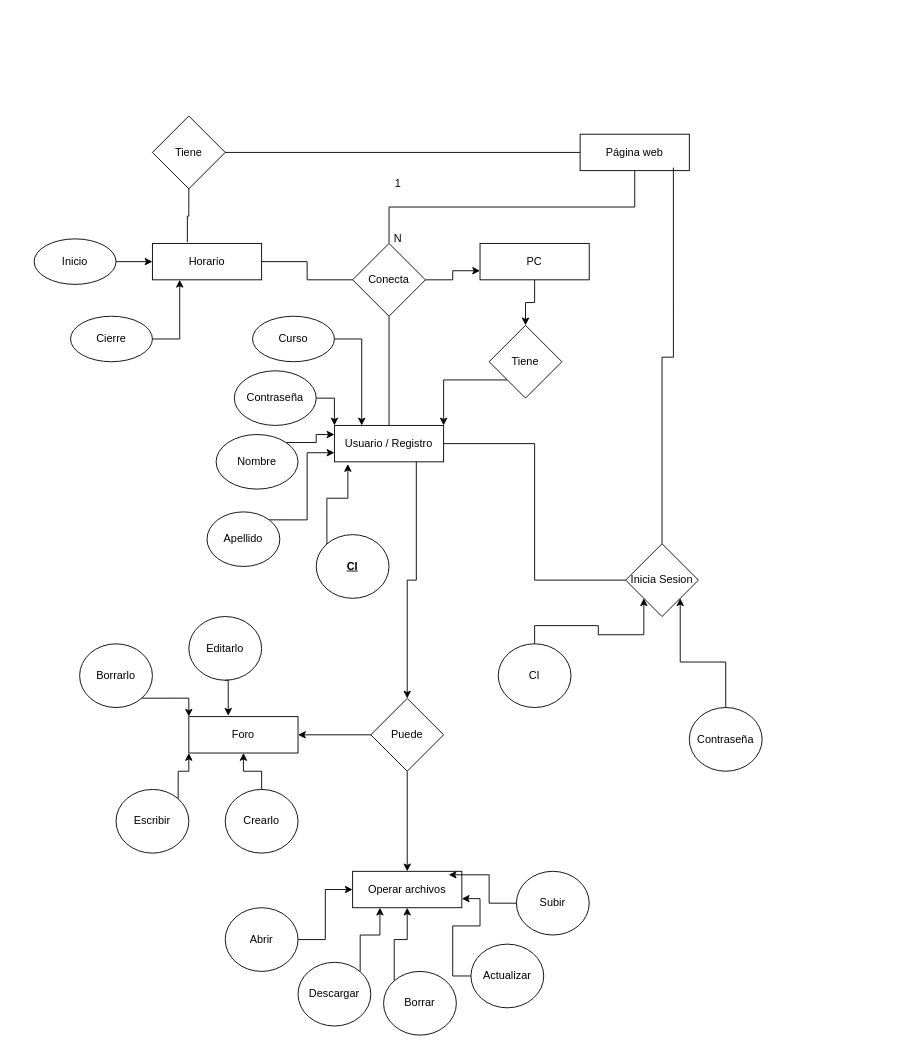
The draw.io diagram EDUCONNECTMR.drawio in Arcxcad/3ro-bt-informatica, before the edit. Source tidied: cells renumbered, new cells numbered last; positions are measured from the earlier drawing's top-left corner, leaving out a move shared by most shapes. Both pictures are drawn from the tidied source at 91%, with x=0, y=0 at pixel (34, 116).
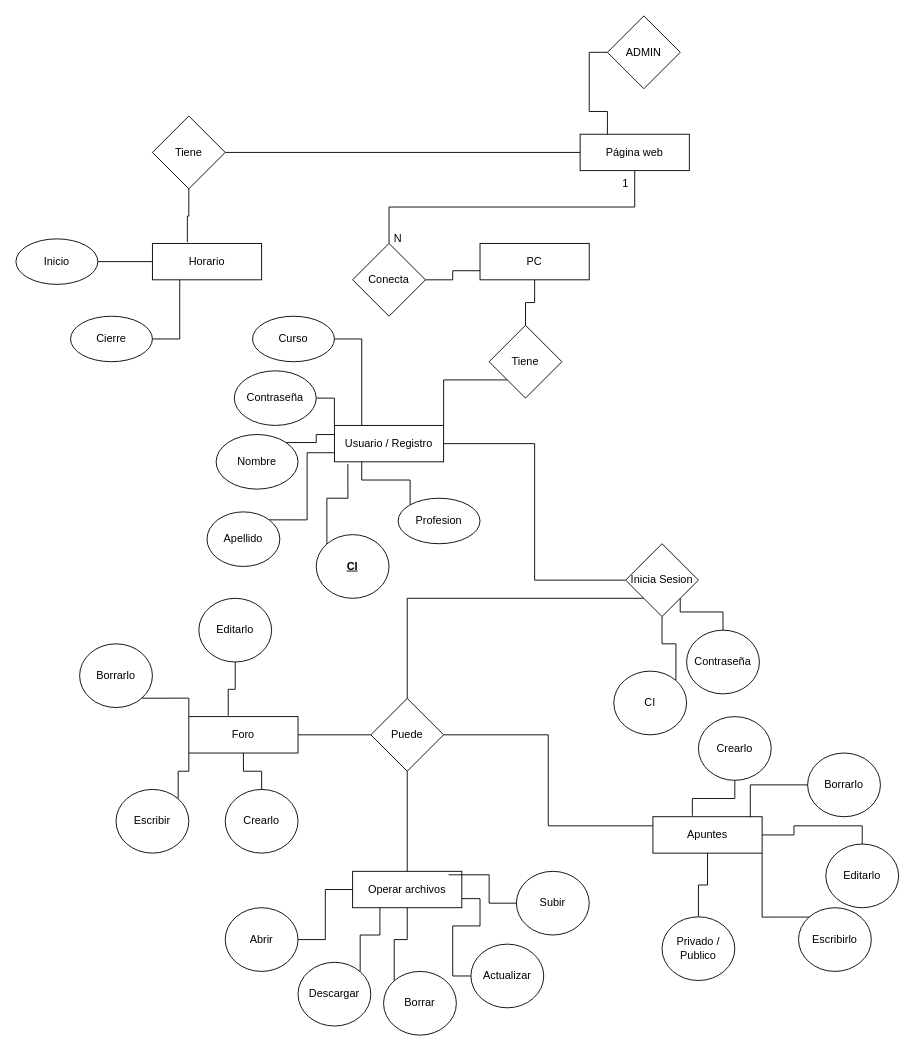
The same diagram, later.

The change refers to these unchanged cells:
```xml
<mxCell id="4" value="Página web" style="rounded=0;whiteSpace=wrap;html=1;" parent="1" vertex="1">
  <mxGeometry x="600" y="20" width="120" height="40" as="geometry" />
</mxCell>
<mxCell id="7" value="Conecta" style="rhombus;whiteSpace=wrap;html=1;shapeInside=1;" parent="1" vertex="1">
  <mxGeometry x="350" y="140" width="80" height="80" as="geometry" />
</mxCell>
<mxCell id="11" value="Usuario / Registro" style="rounded=0;whiteSpace=wrap;html=1;" parent="1" vertex="1">
  <mxGeometry x="330" y="340" width="120" height="40" as="geometry" />
</mxCell>
<mxCell id="13" value="Nombre" style="ellipse;whiteSpace=wrap;html=1;shapeInside=1;" parent="1" vertex="1">
  <mxGeometry x="200" y="350" width="90" height="60" as="geometry" />
</mxCell>
<mxCell id="15" value="Apellido" style="ellipse;whiteSpace=wrap;html=1;shapeInside=1;" parent="1" vertex="1">
  <mxGeometry x="190" y="435" width="80" height="60" as="geometry" />
</mxCell>
<mxCell id="16" value="&lt;u&gt;&lt;b&gt;CI&lt;/b&gt;&lt;/u&gt;" style="ellipse;whiteSpace=wrap;html=1;shapeInside=1;direction=south;" parent="1" vertex="1">
  <mxGeometry x="310" y="460" width="80" height="70" as="geometry" />
</mxCell>
<mxCell id="18" value="Curso" style="ellipse;whiteSpace=wrap;html=1;shapeInside=1;" parent="1" vertex="1">
  <mxGeometry x="240" y="220" width="90" height="50" as="geometry" />
</mxCell>
<mxCell id="20" value="Contraseña" style="ellipse;whiteSpace=wrap;html=1;shapeInside=1;" parent="1" vertex="1">
  <mxGeometry x="220" y="280" width="90" height="60" as="geometry" />
</mxCell>
<mxCell id="22" value="Horario" style="rounded=0;whiteSpace=wrap;html=1;" parent="1" vertex="1">
  <mxGeometry x="130" y="140" width="120" height="40" as="geometry" />
</mxCell>
<mxCell id="26" value="Inicia Sesion" style="rhombus;whiteSpace=wrap;html=1;shapeInside=1;" parent="1" vertex="1">
  <mxGeometry x="650" y="470" width="80" height="80" as="geometry" />
</mxCell>
<mxCell id="36" value="Cierre" style="ellipse;whiteSpace=wrap;html=1;shapeInside=1;" parent="1" vertex="1">
  <mxGeometry x="40" y="220" width="90" height="50" as="geometry" />
</mxCell>
<mxCell id="38" value="PC" style="rounded=0;whiteSpace=wrap;html=1;" parent="1" vertex="1">
  <mxGeometry x="490" y="140" width="120" height="40" as="geometry" />
</mxCell>
<mxCell id="40" value="Tiene" style="rhombus;whiteSpace=wrap;html=1;shapeInside=1;" parent="1" vertex="1">
  <mxGeometry x="500" y="230" width="80" height="80" as="geometry" />
</mxCell>
<mxCell id="43" value="Puede" style="rhombus;whiteSpace=wrap;html=1;shapeInside=1;" parent="1" vertex="1">
  <mxGeometry x="370" y="640" width="80" height="80" as="geometry" />
</mxCell>
<mxCell id="44" value="Operar archivos" style="rounded=0;whiteSpace=wrap;html=1;" parent="1" vertex="1">
  <mxGeometry x="350" y="830" width="120" height="40" as="geometry" />
</mxCell>
<mxCell id="45" value="Subir" style="ellipse;whiteSpace=wrap;html=1;shapeInside=1;direction=south;" parent="1" vertex="1">
  <mxGeometry x="530" y="830" width="80" height="70" as="geometry" />
</mxCell>
<mxCell id="47" value="Actualizar" style="ellipse;whiteSpace=wrap;html=1;shapeInside=1;direction=south;" parent="1" vertex="1">
  <mxGeometry x="480" y="910" width="80" height="70" as="geometry" />
</mxCell>
<mxCell id="49" value="Borrar" style="ellipse;whiteSpace=wrap;html=1;shapeInside=1;direction=south;" parent="1" vertex="1">
  <mxGeometry x="384" y="940" width="80" height="70" as="geometry" />
</mxCell>
<mxCell id="51" value="Descargar" style="ellipse;whiteSpace=wrap;html=1;shapeInside=1;direction=south;" parent="1" vertex="1">
  <mxGeometry x="290" y="930" width="80" height="70" as="geometry" />
</mxCell>
<mxCell id="54" value="Abrir" style="ellipse;whiteSpace=wrap;html=1;shapeInside=1;direction=south;" parent="1" vertex="1">
  <mxGeometry x="210" y="870" width="80" height="70" as="geometry" />
</mxCell>
<mxCell id="55" value="Foro" style="rounded=0;whiteSpace=wrap;html=1;" parent="1" vertex="1">
  <mxGeometry x="170" y="660" width="120" height="40" as="geometry" />
</mxCell>
<mxCell id="57" value="Crearlo" style="ellipse;whiteSpace=wrap;html=1;shapeInside=1;direction=south;" parent="1" vertex="1">
  <mxGeometry x="210" y="740" width="80" height="70" as="geometry" />
</mxCell>
<mxCell id="59" value="Escribir" style="ellipse;whiteSpace=wrap;html=1;shapeInside=1;direction=south;" parent="1" vertex="1">
  <mxGeometry x="90" y="740" width="80" height="70" as="geometry" />
</mxCell>
<mxCell id="61" value="Borrarlo" style="ellipse;whiteSpace=wrap;html=1;shapeInside=1;direction=south;" parent="1" vertex="1">
  <mxGeometry x="50" y="580" width="80" height="70" as="geometry" />
</mxCell>
```

The edit, as a diff of the source:
```diff
@@
-    <mxCell id="5" style="edgeStyle=orthogonalEdgeStyle;rounded=0;jettySize=auto;html=1;exitX=0.5;exitY=1;exitDx=0;exitDy=0;entryX=0.5;entryY=0;entryDx=0;entryDy=0;endArrow=none;endFill=0;" parent="1" edge="1" source="7" target="11">
-      <mxGeometry relative="1" as="geometry" />
-    </mxCell>
-    <mxCell id="6" style="edgeStyle=orthogonalEdgeStyle;rounded=0;jettySize=auto;html=1;exitX=1;exitY=0.5;exitDx=0;exitDy=0;entryX=0;entryY=0.75;entryDx=0;entryDy=0;" parent="1" edge="1" source="7" target="38">
+    <mxCell id="6" style="edgeStyle=orthogonalEdgeStyle;rounded=0;jettySize=auto;html=1;exitX=1;exitY=0.5;exitDx=0;exitDy=0;entryX=0;entryY=0.75;entryDx=0;entryDy=0;endArrow=none;endFill=0;" parent="1" edge="1" source="7" target="38">
       <mxGeometry relative="1" as="geometry" />
     </mxCell>
@@
     <mxCell id="8" value="1" style="text;html=1;whiteSpace=wrap;strokeColor=none;fillColor=none;align=center;verticalAlign=middle;rounded=0;" parent="1" vertex="1">
-      <mxGeometry x="370" y="60" width="60" height="30" as="geometry" />
+      <mxGeometry x="620" y="60" width="60" height="30" as="geometry" />
     </mxCell>
@@
-    <mxCell id="10" style="edgeStyle=orthogonalEdgeStyle;rounded=0;jettySize=auto;html=1;exitX=0.75;exitY=1;exitDx=0;exitDy=0;entryX=0.5;entryY=0;entryDx=0;entryDy=0;" parent="1" edge="1" source="11" target="43">
-      <mxGeometry relative="1" as="geometry" />
-    </mxCell>
@@
-    <mxCell id="12" style="edgeStyle=orthogonalEdgeStyle;rounded=0;jettySize=auto;html=1;exitX=1;exitY=0;exitDx=0;exitDy=0;entryX=0;entryY=0.25;entryDx=0;entryDy=0;" parent="1" edge="1" source="13" target="11">
+    <mxCell id="12" style="edgeStyle=orthogonalEdgeStyle;rounded=0;jettySize=auto;html=1;exitX=1;exitY=0;exitDx=0;exitDy=0;entryX=0;entryY=0.25;entryDx=0;entryDy=0;endArrow=none;endFill=0;" parent="1" edge="1" source="13" target="11">
       <mxGeometry relative="1" as="geometry" />
     </mxCell>
@@
-    <mxCell id="14" style="edgeStyle=orthogonalEdgeStyle;rounded=0;jettySize=auto;html=1;exitX=1;exitY=0;exitDx=0;exitDy=0;entryX=0;entryY=0.75;entryDx=0;entryDy=0;" parent="1" edge="1" source="15" target="11">
+    <mxCell id="14" style="edgeStyle=orthogonalEdgeStyle;rounded=0;jettySize=auto;html=1;exitX=1;exitY=0;exitDx=0;exitDy=0;entryX=0;entryY=0.75;entryDx=0;entryDy=0;endArrow=none;endFill=0;" parent="1" edge="1" source="15" target="11">
       <mxGeometry relative="1" as="geometry" />
     </mxCell>
@@
-    <mxCell id="17" style="edgeStyle=orthogonalEdgeStyle;rounded=0;jettySize=auto;html=1;exitX=1;exitY=0.5;exitDx=0;exitDy=0;entryX=0.25;entryY=0;entryDx=0;entryDy=0;" parent="1" edge="1" source="18" target="11">
+    <mxCell id="17" style="edgeStyle=orthogonalEdgeStyle;rounded=0;jettySize=auto;html=1;exitX=1;exitY=0.5;exitDx=0;exitDy=0;entryX=0.25;entryY=0;entryDx=0;entryDy=0;endArrow=none;endFill=0;" parent="1" edge="1" source="18" target="11">
       <mxGeometry relative="1" as="geometry" />
     </mxCell>
@@
-    <mxCell id="19" style="edgeStyle=orthogonalEdgeStyle;rounded=0;jettySize=auto;html=1;exitX=1;exitY=0.5;exitDx=0;exitDy=0;entryX=0;entryY=0;entryDx=0;entryDy=0;" parent="1" edge="1" source="20" target="11">
+    <mxCell id="19" style="edgeStyle=orthogonalEdgeStyle;rounded=0;jettySize=auto;html=1;exitX=1;exitY=0.5;exitDx=0;exitDy=0;entryX=0;entryY=0;entryDx=0;entryDy=0;endArrow=none;endFill=0;" parent="1" edge="1" source="20" target="11">
       <mxGeometry relative="1" as="geometry" />
     </mxCell>
@@
-    <mxCell id="21" style="edgeStyle=orthogonalEdgeStyle;rounded=0;jettySize=auto;html=1;exitX=1;exitY=0.5;exitDx=0;exitDy=0;entryX=0;entryY=0.5;entryDx=0;entryDy=0;endArrow=none;endFill=0;" parent="1" edge="1" source="22" target="7">
-      <mxGeometry relative="1" as="geometry" />
-    </mxCell>
@@
+    <mxCell id="64" style="edgeStyle=orthogonalEdgeStyle;rounded=0;jettySize=auto;html=1;exitX=0;exitY=1;exitDx=0;exitDy=0;endArrow=none;endFill=0;" parent="1" edge="1" source="26" target="43">
+      <mxGeometry relative="1" as="geometry" />
+    </mxCell>
@@
-    <mxCell id="27" style="edgeStyle=orthogonalEdgeStyle;rounded=0;jettySize=auto;html=1;exitX=0;exitY=1;exitDx=0;exitDy=0;entryX=0.123;entryY=1.061;entryDx=0;entryDy=0;entryPerimeter=0;" parent="1" edge="1" source="16" target="11">
+    <mxCell id="27" style="edgeStyle=orthogonalEdgeStyle;rounded=0;jettySize=auto;html=1;exitX=0;exitY=1;exitDx=0;exitDy=0;entryX=0.123;entryY=1.061;entryDx=0;entryDy=0;entryPerimeter=0;endArrow=none;endFill=0;" parent="1" edge="1" source="16" target="11">
       <mxGeometry relative="1" as="geometry" />
     </mxCell>
-    <mxCell id="28" style="edgeStyle=orthogonalEdgeStyle;rounded=0;jettySize=auto;html=1;exitX=0.5;exitY=0;exitDx=0;exitDy=0;entryX=0.854;entryY=0.918;entryDx=0;entryDy=0;entryPerimeter=0;endArrow=none;endFill=0;" parent="1" edge="1" source="26" target="4">
-      <mxGeometry relative="1" as="geometry" />
-    </mxCell>
-    <mxCell id="29" style="edgeStyle=orthogonalEdgeStyle;rounded=0;jettySize=auto;html=1;exitX=0;exitY=0.5;exitDx=0;exitDy=0;entryX=0;entryY=1;entryDx=0;entryDy=0;" parent="1" edge="1" source="30" target="26">
+    <mxCell id="29" style="edgeStyle=orthogonalEdgeStyle;rounded=0;jettySize=auto;html=1;exitX=0;exitY=0;exitDx=0;exitDy=0;entryX=0.5;entryY=1;entryDx=0;entryDy=0;endArrow=none;endFill=0;" parent="1" edge="1" source="30" target="26">
       <mxGeometry relative="1" as="geometry" />
     </mxCell>
     <mxCell id="30" value="CI" style="ellipse;whiteSpace=wrap;html=1;shapeInside=1;direction=south;" parent="1" vertex="1">
-      <mxGeometry x="510" y="580" width="80" height="70" as="geometry" />
+      <mxGeometry x="637" y="610" width="80" height="70" as="geometry" />
     </mxCell>
-    <mxCell id="31" style="edgeStyle=orthogonalEdgeStyle;rounded=0;jettySize=auto;html=1;exitX=0;exitY=0.5;exitDx=0;exitDy=0;entryX=1;entryY=1;entryDx=0;entryDy=0;" parent="1" edge="1" source="32" target="26">
+    <mxCell id="31" style="edgeStyle=orthogonalEdgeStyle;rounded=0;jettySize=auto;html=1;exitX=0;exitY=0.5;exitDx=0;exitDy=0;entryX=1;entryY=1;entryDx=0;entryDy=0;endArrow=none;endFill=0;" parent="1" edge="1" source="32" target="26">
       <mxGeometry relative="1" as="geometry" />
     </mxCell>
     <mxCell id="32" value="Contraseña" style="ellipse;whiteSpace=wrap;html=1;shapeInside=1;direction=south;" parent="1" vertex="1">
-      <mxGeometry x="720" y="650" width="80" height="70" as="geometry" />
+      <mxGeometry x="717" y="565" width="80" height="70" as="geometry" />
     </mxCell>
-    <mxCell id="33" style="edgeStyle=orthogonalEdgeStyle;rounded=0;jettySize=auto;html=1;exitX=1;exitY=0.5;exitDx=0;exitDy=0;entryX=0;entryY=0.5;entryDx=0;entryDy=0;" parent="1" edge="1" source="34" target="22">
+    <mxCell id="33" style="edgeStyle=orthogonalEdgeStyle;rounded=0;jettySize=auto;html=1;exitX=1;exitY=0.5;exitDx=0;exitDy=0;entryX=0;entryY=0.5;entryDx=0;entryDy=0;endArrow=none;endFill=0;" parent="1" edge="1" source="34" target="22">
       <mxGeometry relative="1" as="geometry" />
     </mxCell>
     <mxCell id="34" value="Inicio" style="ellipse;whiteSpace=wrap;html=1;shapeInside=1;" parent="1" vertex="1">
-      <mxGeometry y="135" width="90" height="50" as="geometry" />
+      <mxGeometry x="-20" y="135" width="90" height="50" as="geometry" />
     </mxCell>
-    <mxCell id="35" style="edgeStyle=orthogonalEdgeStyle;rounded=0;jettySize=auto;html=1;exitX=1;exitY=0.5;exitDx=0;exitDy=0;entryX=0.25;entryY=1;entryDx=0;entryDy=0;" parent="1" edge="1" source="36" target="22">
+    <mxCell id="35" style="edgeStyle=orthogonalEdgeStyle;rounded=0;jettySize=auto;html=1;exitX=1;exitY=0.5;exitDx=0;exitDy=0;entryX=0.25;entryY=1;entryDx=0;entryDy=0;endArrow=none;endFill=0;" parent="1" edge="1" source="36" target="22">
       <mxGeometry relative="1" as="geometry" />
     </mxCell>
@@
-    <mxCell id="37" style="edgeStyle=orthogonalEdgeStyle;rounded=0;jettySize=auto;html=1;exitX=0.5;exitY=1;exitDx=0;exitDy=0;entryX=0.5;entryY=0;entryDx=0;entryDy=0;" parent="1" edge="1" source="38" target="40">
+    <mxCell id="37" style="edgeStyle=orthogonalEdgeStyle;rounded=0;jettySize=auto;html=1;exitX=0.5;exitY=1;exitDx=0;exitDy=0;entryX=0.5;entryY=0;entryDx=0;entryDy=0;endArrow=none;endFill=0;" parent="1" edge="1" source="38" target="40">
       <mxGeometry relative="1" as="geometry" />
     </mxCell>
@@
-    <mxCell id="39" style="edgeStyle=orthogonalEdgeStyle;rounded=0;jettySize=auto;html=1;exitX=0;exitY=1;exitDx=0;exitDy=0;entryX=1;entryY=0;entryDx=0;entryDy=0;" parent="1" edge="1" source="40" target="11">
+    <mxCell id="39" style="edgeStyle=orthogonalEdgeStyle;rounded=0;jettySize=auto;html=1;exitX=0;exitY=1;exitDx=0;exitDy=0;entryX=1;entryY=0;entryDx=0;entryDy=0;endArrow=none;endFill=0;" parent="1" edge="1" source="40" target="11">
       <mxGeometry relative="1" as="geometry" />
     </mxCell>
@@
-    <mxCell id="41" style="edgeStyle=orthogonalEdgeStyle;rounded=0;jettySize=auto;html=1;exitX=0.5;exitY=1;exitDx=0;exitDy=0;entryX=0.5;entryY=0;entryDx=0;entryDy=0;" parent="1" edge="1" source="43" target="44">
+    <mxCell id="41" style="edgeStyle=orthogonalEdgeStyle;rounded=0;jettySize=auto;html=1;exitX=0.5;exitY=1;exitDx=0;exitDy=0;entryX=0.5;entryY=0;entryDx=0;entryDy=0;endArrow=none;endFill=0;" parent="1" edge="1" source="43" target="44">
       <mxGeometry relative="1" as="geometry" />
     </mxCell>
-    <mxCell id="42" style="edgeStyle=orthogonalEdgeStyle;rounded=0;jettySize=auto;html=1;exitX=0;exitY=0.5;exitDx=0;exitDy=0;entryX=1;entryY=0.5;entryDx=0;entryDy=0;" parent="1" edge="1" source="43" target="55">
+    <mxCell id="42" style="edgeStyle=orthogonalEdgeStyle;rounded=0;jettySize=auto;html=1;exitX=0;exitY=0.5;exitDx=0;exitDy=0;entryX=1;entryY=0.5;entryDx=0;entryDy=0;endArrow=none;endFill=0;" parent="1" edge="1" source="43" target="55">
       <mxGeometry relative="1" as="geometry" />
     </mxCell>
+    <mxCell id="65" style="edgeStyle=orthogonalEdgeStyle;rounded=0;jettySize=auto;html=1;exitX=1;exitY=0.5;exitDx=0;exitDy=0;entryX=0;entryY=0.25;entryDx=0;entryDy=0;endArrow=none;endFill=0;" parent="1" edge="1" source="43" target="66">
+      <mxGeometry relative="1" as="geometry" />
+    </mxCell>
@@
-    <mxCell id="46" style="edgeStyle=orthogonalEdgeStyle;rounded=0;jettySize=auto;html=1;exitX=0.5;exitY=1;exitDx=0;exitDy=0;entryX=1;entryY=0.75;entryDx=0;entryDy=0;" parent="1" edge="1" source="47" target="44">
+    <mxCell id="46" style="edgeStyle=orthogonalEdgeStyle;rounded=0;jettySize=auto;html=1;exitX=0.5;exitY=1;exitDx=0;exitDy=0;entryX=1;entryY=0.75;entryDx=0;entryDy=0;endArrow=none;endFill=0;" parent="1" edge="1" source="47" target="44">
       <mxGeometry relative="1" as="geometry" />
     </mxCell>
@@
-    <mxCell id="48" style="edgeStyle=orthogonalEdgeStyle;rounded=0;jettySize=auto;html=1;exitX=0;exitY=1;exitDx=0;exitDy=0;entryX=0.5;entryY=1;entryDx=0;entryDy=0;" parent="1" edge="1" source="49" target="44">
+    <mxCell id="48" style="edgeStyle=orthogonalEdgeStyle;rounded=0;jettySize=auto;html=1;exitX=0;exitY=1;exitDx=0;exitDy=0;entryX=0.5;entryY=1;entryDx=0;entryDy=0;endArrow=none;endFill=0;" parent="1" edge="1" source="49" target="44">
       <mxGeometry relative="1" as="geometry" />
     </mxCell>
@@
-    <mxCell id="50" style="edgeStyle=orthogonalEdgeStyle;rounded=0;jettySize=auto;html=1;exitX=0;exitY=0;exitDx=0;exitDy=0;entryX=0.25;entryY=1;entryDx=0;entryDy=0;" parent="1" edge="1" source="51" target="44">
+    <mxCell id="50" style="edgeStyle=orthogonalEdgeStyle;rounded=0;jettySize=auto;html=1;exitX=0;exitY=0;exitDx=0;exitDy=0;entryX=0.25;entryY=1;entryDx=0;entryDy=0;endArrow=none;endFill=0;" parent="1" edge="1" source="51" target="44">
       <mxGeometry relative="1" as="geometry" />
     </mxCell>
@@
-    <mxCell id="52" style="edgeStyle=orthogonalEdgeStyle;rounded=0;jettySize=auto;html=1;exitX=0.5;exitY=1;exitDx=0;exitDy=0;entryX=0.88;entryY=0.096;entryDx=0;entryDy=0;entryPerimeter=0;" parent="1" edge="1" source="45" target="44">
+    <mxCell id="52" style="edgeStyle=orthogonalEdgeStyle;rounded=0;jettySize=auto;html=1;exitX=0.5;exitY=1;exitDx=0;exitDy=0;entryX=0.88;entryY=0.096;entryDx=0;entryDy=0;entryPerimeter=0;endArrow=none;endFill=0;" parent="1" edge="1" source="45" target="44">
       <mxGeometry relative="1" as="geometry" />
     </mxCell>
-    <mxCell id="53" style="edgeStyle=orthogonalEdgeStyle;rounded=0;jettySize=auto;html=1;exitX=0.5;exitY=0;exitDx=0;exitDy=0;entryX=0;entryY=0.5;entryDx=0;entryDy=0;" parent="1" edge="1" source="54" target="44">
+    <mxCell id="53" style="edgeStyle=orthogonalEdgeStyle;rounded=0;jettySize=auto;html=1;exitX=0.5;exitY=0;exitDx=0;exitDy=0;entryX=0;entryY=0.5;entryDx=0;entryDy=0;endArrow=none;endFill=0;" parent="1" edge="1" source="54" target="44">
       <mxGeometry relative="1" as="geometry" />
     </mxCell>
@@
-    <mxCell id="56" style="edgeStyle=orthogonalEdgeStyle;rounded=0;jettySize=auto;html=1;exitX=0;exitY=0.5;exitDx=0;exitDy=0;" parent="1" edge="1" source="57" target="55">
+    <mxCell id="56" style="edgeStyle=orthogonalEdgeStyle;rounded=0;jettySize=auto;html=1;exitX=0;exitY=0.5;exitDx=0;exitDy=0;endArrow=none;endFill=0;" parent="1" edge="1" source="57" target="55">
       <mxGeometry relative="1" as="geometry" />
     </mxCell>
@@
-    <mxCell id="58" style="edgeStyle=orthogonalEdgeStyle;rounded=0;jettySize=auto;html=1;exitX=0;exitY=0;exitDx=0;exitDy=0;entryX=0;entryY=1;entryDx=0;entryDy=0;" parent="1" edge="1" source="59" target="55">
+    <mxCell id="58" style="edgeStyle=orthogonalEdgeStyle;rounded=0;jettySize=auto;html=1;exitX=0;exitY=0;exitDx=0;exitDy=0;entryX=0;entryY=1;entryDx=0;entryDy=0;endArrow=none;endFill=0;" parent="1" edge="1" source="59" target="55">
       <mxGeometry relative="1" as="geometry" />
     </mxCell>
@@
-    <mxCell id="60" style="edgeStyle=orthogonalEdgeStyle;rounded=0;jettySize=auto;html=1;exitX=1;exitY=0;exitDx=0;exitDy=0;entryX=0;entryY=0;entryDx=0;entryDy=0;" parent="1" edge="1" source="61" target="55">
+    <mxCell id="60" style="edgeStyle=orthogonalEdgeStyle;rounded=0;jettySize=auto;html=1;exitX=1;exitY=0;exitDx=0;exitDy=0;entryX=0;entryY=0;entryDx=0;entryDy=0;endArrow=none;endFill=0;" parent="1" edge="1" source="61" target="55">
       <mxGeometry relative="1" as="geometry" />
     </mxCell>
@@
     <mxCell id="62" value="Editarlo" style="ellipse;whiteSpace=wrap;html=1;shapeInside=1;direction=south;" parent="1" vertex="1">
-      <mxGeometry x="170" y="550" width="80" height="70" as="geometry" />
+      <mxGeometry x="181" y="530" width="80" height="70" as="geometry" />
     </mxCell>
-    <mxCell id="63" style="edgeStyle=orthogonalEdgeStyle;rounded=0;jettySize=auto;html=1;exitX=1;exitY=0.5;exitDx=0;exitDy=0;entryX=0.361;entryY=-0.025;entryDx=0;entryDy=0;entryPerimeter=0;" parent="1" edge="1" source="62" target="55">
+    <mxCell id="63" style="edgeStyle=orthogonalEdgeStyle;rounded=0;jettySize=auto;html=1;exitX=1;exitY=0.5;exitDx=0;exitDy=0;entryX=0.361;entryY=-0.025;entryDx=0;entryDy=0;entryPerimeter=0;endArrow=none;endFill=0;" parent="1" edge="1" source="62" target="55">
       <mxGeometry relative="1" as="geometry" />
     </mxCell>
+    <mxCell id="66" value="Apuntes" style="rounded=0;whiteSpace=wrap;html=1;" parent="1" vertex="1">
+      <mxGeometry x="680" y="770" width="120" height="40" as="geometry" />
+    </mxCell>
+    <mxCell id="67" style="edgeStyle=orthogonalEdgeStyle;rounded=0;jettySize=auto;html=1;exitX=0;exitY=0.5;exitDx=0;exitDy=0;endArrow=none;endFill=0;" parent="1" edge="1" source="68" target="66">
+      <mxGeometry relative="1" as="geometry" />
+    </mxCell>
+    <mxCell id="68" value="Editarlo" style="ellipse;whiteSpace=wrap;html=1;shapeInside=1;direction=south;" parent="1" vertex="1">
+      <mxGeometry x="870" y="800" width="80" height="70" as="geometry" />
+    </mxCell>
+    <mxCell id="69" style="edgeStyle=orthogonalEdgeStyle;rounded=0;jettySize=auto;html=1;exitX=0;exitY=0;exitDx=0;exitDy=0;entryX=1;entryY=1;entryDx=0;entryDy=0;endArrow=none;endFill=0;" parent="1" edge="1" source="70" target="66">
+      <mxGeometry relative="1" as="geometry" />
+    </mxCell>
+    <mxCell id="70" value="Escribirlo" style="ellipse;whiteSpace=wrap;html=1;shapeInside=1;direction=south;" parent="1" vertex="1">
+      <mxGeometry x="840" y="870" width="80" height="70" as="geometry" />
+    </mxCell>
+    <mxCell id="71" value="Borrarlo" style="ellipse;whiteSpace=wrap;html=1;shapeInside=1;direction=south;" parent="1" vertex="1">
+      <mxGeometry x="850" y="700" width="80" height="70" as="geometry" />
+    </mxCell>
+    <mxCell id="72" value="Crearlo" style="ellipse;whiteSpace=wrap;html=1;shapeInside=1;direction=south;" parent="1" vertex="1">
+      <mxGeometry x="730" y="660" width="80" height="70" as="geometry" />
+    </mxCell>
+    <mxCell id="73" style="edgeStyle=orthogonalEdgeStyle;rounded=0;jettySize=auto;html=1;exitX=1;exitY=0.5;exitDx=0;exitDy=0;entryX=0.361;entryY=-0.025;entryDx=0;entryDy=0;entryPerimeter=0;endArrow=none;endFill=0;" parent="1" edge="1" source="72" target="66">
+      <mxGeometry relative="1" as="geometry" />
+    </mxCell>
+    <mxCell id="74" style="edgeStyle=orthogonalEdgeStyle;rounded=0;jettySize=auto;html=1;exitX=0.5;exitY=1;exitDx=0;exitDy=0;entryX=0.892;entryY=0.014;entryDx=0;entryDy=0;entryPerimeter=0;endArrow=none;endFill=0;" parent="1" edge="1" source="71" target="66">
+      <mxGeometry relative="1" as="geometry" />
+    </mxCell>
+    <mxCell id="75" style="edgeStyle=orthogonalEdgeStyle;rounded=0;jettySize=auto;html=1;exitX=0;exitY=0.5;exitDx=0;exitDy=0;entryX=0.5;entryY=1;entryDx=0;entryDy=0;endArrow=none;endFill=0;" parent="1" edge="1" source="76" target="66">
+      <mxGeometry relative="1" as="geometry" />
+    </mxCell>
+    <mxCell id="76" value="Privado / Publico" style="ellipse;whiteSpace=wrap;html=1;shapeInside=1;direction=south;" parent="1" vertex="1">
+      <mxGeometry x="690" y="880" width="80" height="70" as="geometry" />
+    </mxCell>
+    <mxCell id="77" style="edgeStyle=orthogonalEdgeStyle;rounded=0;jettySize=auto;html=1;exitX=0;exitY=0.5;exitDx=0;exitDy=0;entryX=0.25;entryY=0;entryDx=0;entryDy=0;endArrow=none;endFill=0;" parent="1" edge="1" source="78" target="4">
+      <mxGeometry relative="1" as="geometry" />
+    </mxCell>
+    <mxCell id="78" value="ADMIN" style="rhombus;whiteSpace=wrap;html=1;shapeInside=1;" parent="1" vertex="1">
+      <mxGeometry x="630" y="-110" width="80" height="80" as="geometry" />
+    </mxCell>
+    <mxCell id="79" style="edgeStyle=orthogonalEdgeStyle;rounded=0;jettySize=auto;html=1;exitX=0;exitY=0;exitDx=0;exitDy=0;entryX=0.25;entryY=1;entryDx=0;entryDy=0;endArrow=none;endFill=0;" parent="1" edge="1" source="80" target="11">
+      <mxGeometry relative="1" as="geometry" />
+    </mxCell>
+    <mxCell id="80" value="Profesion" style="ellipse;whiteSpace=wrap;html=1;shapeInside=1;" parent="1" vertex="1">
+      <mxGeometry x="400" y="420" width="90" height="50" as="geometry" />
+    </mxCell>
```
